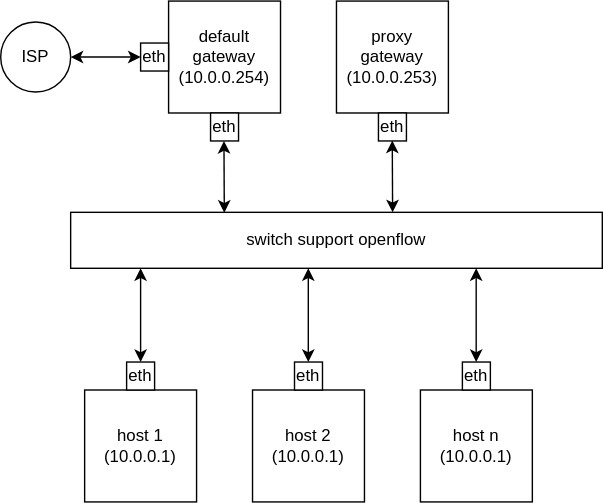
Earlier version of the draw.io export doc/network_arch.svg (c1emon/barbatos). Source tidied: cells renumbered, new cells last; positions are measured from the earlier drawing's top-left corner, leaving out a move shared by most shapes. Its diagram source:
```xml
<mxGraphModel background="#FFFFFF">
  <root>
    <mxCell id="0" />
    <mxCell id="1" parent="0" />
    <mxCell id="2" value="switch support openflow" style="rounded=0;whiteSpace=wrap;html=1;" parent="1" vertex="1">
      <mxGeometry x="50" y="151" width="380" height="40" as="geometry" />
    </mxCell>
    <mxCell id="3" value="default&lt;br&gt;gateway&lt;br&gt;(10.0.0.254)" style="whiteSpace=wrap;html=1;" parent="1" vertex="1">
      <mxGeometry x="120" width="80" height="80" as="geometry" />
    </mxCell>
    <mxCell id="4" value="proxy&lt;br&gt;gateway&lt;br&gt;(10.0.0.253)" style="whiteSpace=wrap;html=1;" parent="1" vertex="1">
      <mxGeometry x="240" width="80" height="80" as="geometry" />
    </mxCell>
    <mxCell id="5" value="host 1&lt;br&gt;(10.0.0.1)" style="whiteSpace=wrap;html=1;" parent="1" vertex="1">
      <mxGeometry x="60" y="278" width="80" height="80" as="geometry" />
    </mxCell>
    <mxCell id="6" value="host 2&lt;br&gt;(10.0.0.1)" style="whiteSpace=wrap;html=1;" parent="1" vertex="1">
      <mxGeometry x="180" y="278" width="80" height="80" as="geometry" />
    </mxCell>
    <mxCell id="7" value="host n&lt;br&gt;(10.0.0.1)" style="whiteSpace=wrap;html=1;" parent="1" vertex="1">
      <mxGeometry x="300" y="278" width="80" height="80" as="geometry" />
    </mxCell>
    <mxCell id="8" value="eth" style="rounded=0;whiteSpace=wrap;html=1;" parent="1" vertex="1">
      <mxGeometry x="90" y="258" width="20" height="20" as="geometry" />
    </mxCell>
    <mxCell id="9" value="eth" style="rounded=0;whiteSpace=wrap;html=1;" parent="1" vertex="1">
      <mxGeometry x="210" y="258" width="20" height="20" as="geometry" />
    </mxCell>
    <mxCell id="10" value="eth" style="rounded=0;whiteSpace=wrap;html=1;" parent="1" vertex="1">
      <mxGeometry x="330" y="258" width="20" height="20" as="geometry" />
    </mxCell>
    <mxCell id="11" style="endArrow=classic;startArrow=classic;html=1;exitX=0.5;exitY=0;exitDx=0;exitDy=0;" parent="1" edge="1" source="8">
      <mxGeometry relative="1" as="geometry">
        <mxPoint x="100" y="191" as="targetPoint" />
      </mxGeometry>
    </mxCell>
    <mxCell id="12" style="endArrow=classic;startArrow=classic;html=1;exitX=0.5;exitY=0;exitDx=0;exitDy=0;" parent="1" edge="1">
      <mxGeometry relative="1" as="geometry">
        <mxPoint x="219.9" y="258" as="sourcePoint" />
        <mxPoint x="219.9" y="191" as="targetPoint" />
      </mxGeometry>
    </mxCell>
    <mxCell id="13" style="endArrow=classic;startArrow=classic;html=1;exitX=0.5;exitY=0;exitDx=0;exitDy=0;" parent="1" edge="1">
      <mxGeometry relative="1" as="geometry">
        <mxPoint x="339.9" y="258" as="sourcePoint" />
        <mxPoint x="339.9" y="191" as="targetPoint" />
      </mxGeometry>
    </mxCell>
    <mxCell id="14" value="eth" style="rounded=0;whiteSpace=wrap;html=1;" parent="1" vertex="1">
      <mxGeometry x="150" y="80" width="20" height="20" as="geometry" />
    </mxCell>
    <mxCell id="15" value="eth" style="rounded=0;whiteSpace=wrap;html=1;" parent="1" vertex="1">
      <mxGeometry x="270" y="80" width="20" height="20" as="geometry" />
    </mxCell>
    <mxCell id="16" value="eth" style="rounded=0;whiteSpace=wrap;html=1;" parent="1" vertex="1">
      <mxGeometry x="100" y="30" width="20" height="20" as="geometry" />
    </mxCell>
    <mxCell id="17" style="endArrow=classic;startArrow=classic;html=1;exitX=0.289;exitY=0.007;exitDx=0;exitDy=0;exitPerimeter=0;" parent="1" edge="1" source="2">
      <mxGeometry relative="1" as="geometry">
        <mxPoint x="159.6" y="100" as="targetPoint" />
      </mxGeometry>
    </mxCell>
    <mxCell id="18" style="endArrow=classic;startArrow=classic;html=1;exitX=0.289;exitY=0.007;exitDx=0;exitDy=0;exitPerimeter=0;" parent="1" edge="1">
      <mxGeometry relative="1" as="geometry">
        <mxPoint x="280.1" y="151" as="sourcePoint" />
        <mxPoint x="279.9" y="99.7" as="targetPoint" />
      </mxGeometry>
    </mxCell>
    <mxCell id="19" value="ISP" style="ellipse;whiteSpace=wrap;html=1;" parent="1" vertex="1">
      <mxGeometry y="15" width="50" height="50" as="geometry" />
    </mxCell>
    <mxCell id="20" style="endArrow=classic;startArrow=classic;html=1;entryX=0;entryY=0.5;entryDx=0;entryDy=0;exitX=1;exitY=0.5;exitDx=0;exitDy=0;" parent="1" edge="1" source="19" target="16">
      <mxGeometry relative="1" as="geometry" />
    </mxCell>
  </root>
</mxGraphModel>
```
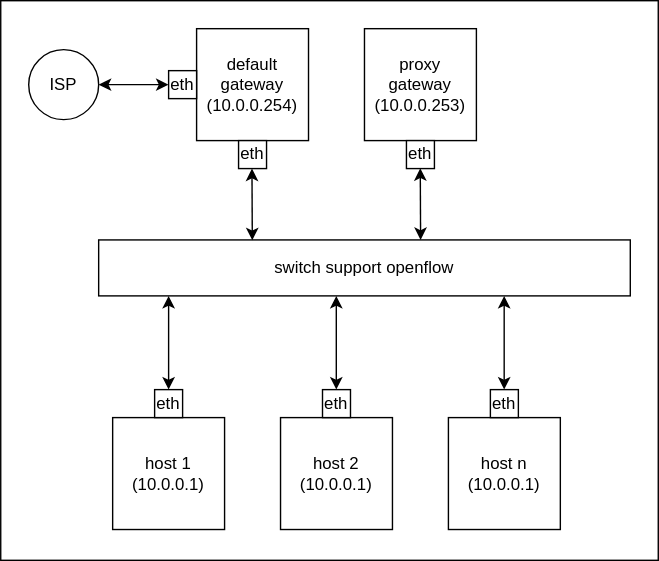
After the commit.

Commit message:
uodate arch pic

The edit, as a diff of the source:
```diff
@@ -2,6 +2,9 @@
   <root>
     <mxCell id="0" />
     <mxCell id="1" parent="0" />
+    <mxCell id="21" style="rounded=0;whiteSpace=wrap;html=1;" parent="1" vertex="1">
+      <mxGeometry x="-20" y="-20" width="470" height="400" as="geometry" />
+    </mxCell>
     <mxCell id="2" value="switch support openflow" style="rounded=0;whiteSpace=wrap;html=1;" parent="1" vertex="1">
       <mxGeometry x="50" y="151" width="380" height="40" as="geometry" />
     </mxCell>
```
